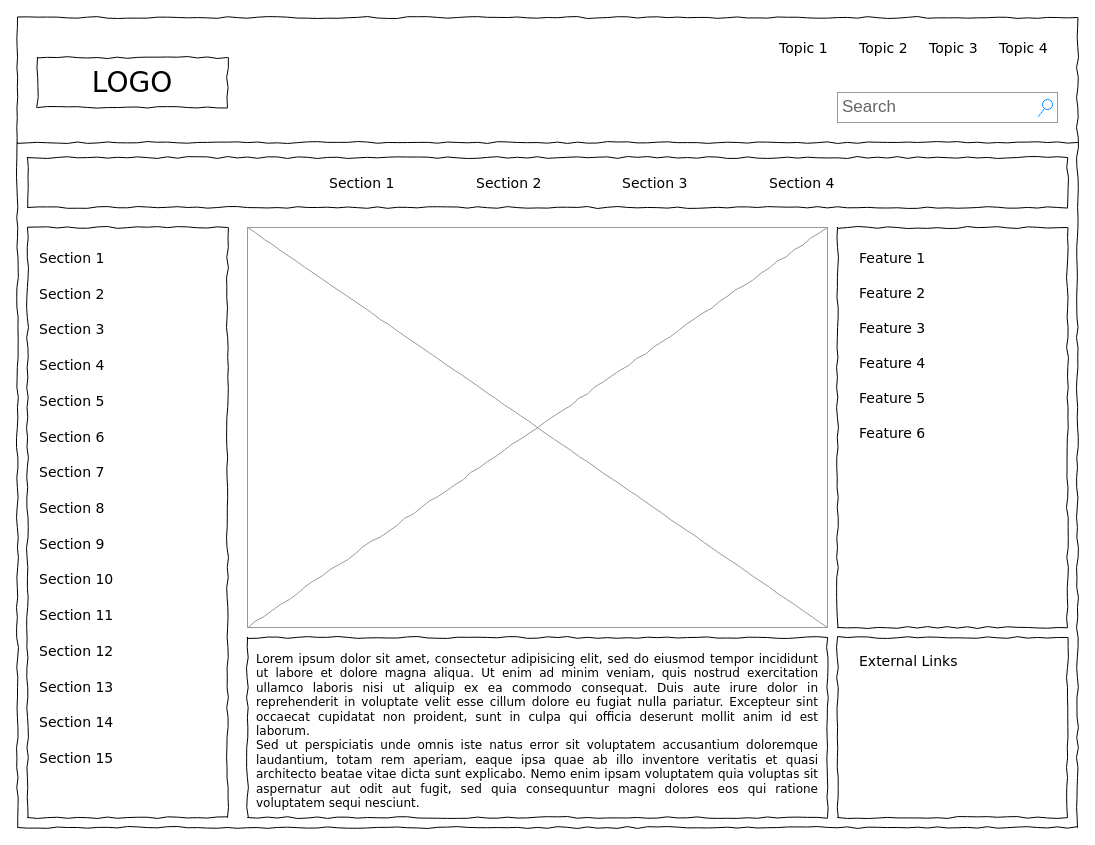
This is docs/未命名绘图.drawio from timesong/sqlend_docs, a draw.io file, before an edit. Source tidied: cells renumbered, new cells numbered last; positions are measured from the earlier drawing's top-left corner, leaving out a move shared by most shapes. Both pictures are drawn from the tidied source at 100%, with x=0, y=0 at pixel (17, 17).
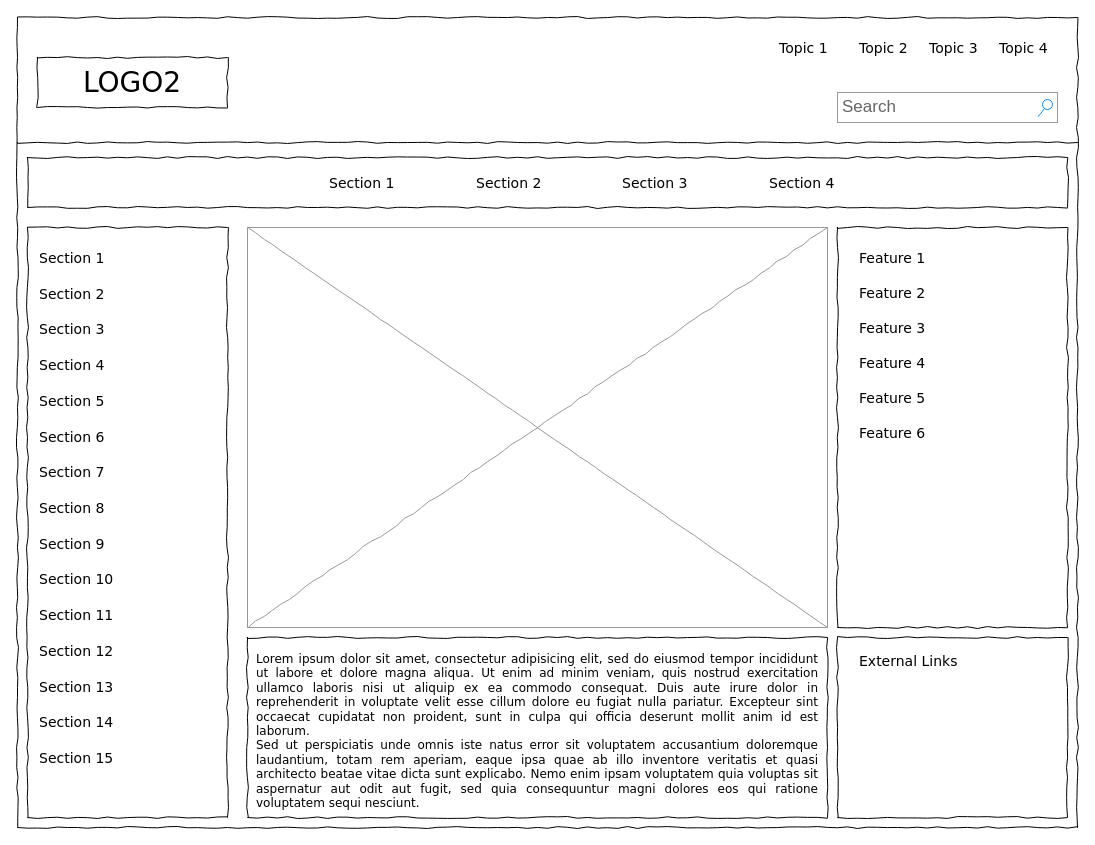
After the change.

Commit message:
已添加 未命名绘图.drawio

Diff of the diagram source:
```diff
@@
-    <mxCell id="3" value="LOGO" style="whiteSpace=wrap;html=1;rounded=0;shadow=0;labelBackgroundColor=none;strokeWidth=1;fontFamily=Verdana;fontSize=28;align=center;comic=1;" parent="1" vertex="1">
+    <mxCell id="3" value="LOGO2" style="whiteSpace=wrap;html=1;rounded=0;shadow=0;labelBackgroundColor=none;strokeWidth=1;fontFamily=Verdana;fontSize=28;align=center;comic=1;" parent="1" vertex="1">
       <mxGeometry x="20" y="40" width="190" height="50" as="geometry" />
     </mxCell>
```
